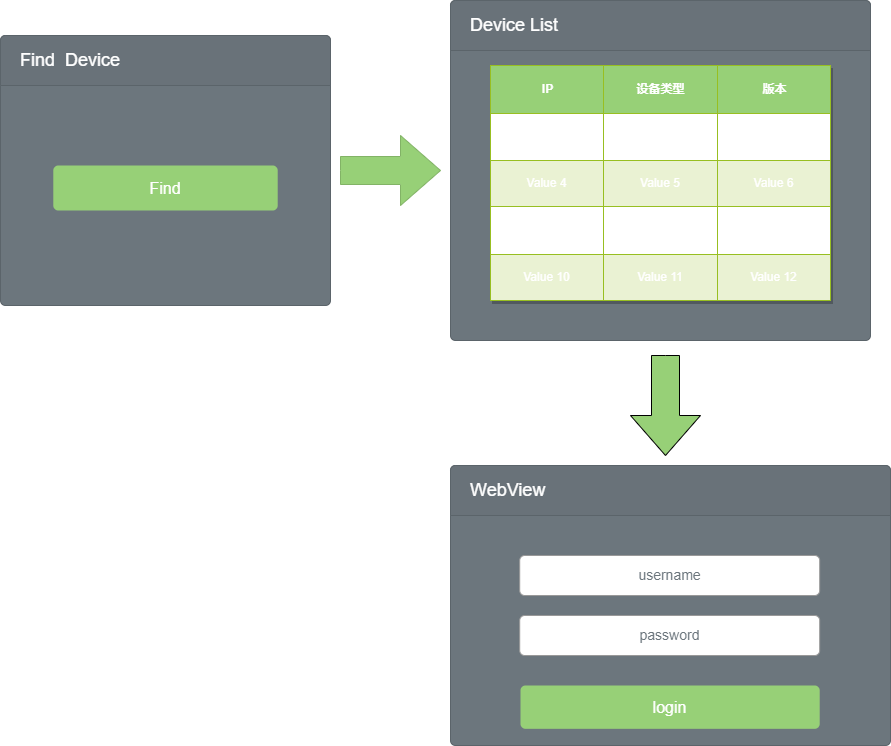
Above: app.drawio.png in wing-cen/testPage (draw.io), before the change. Source tidied: cells renumbered, new cells last; positions are measured from the earlier drawing's top-left corner, leaving out a move shared by most shapes.
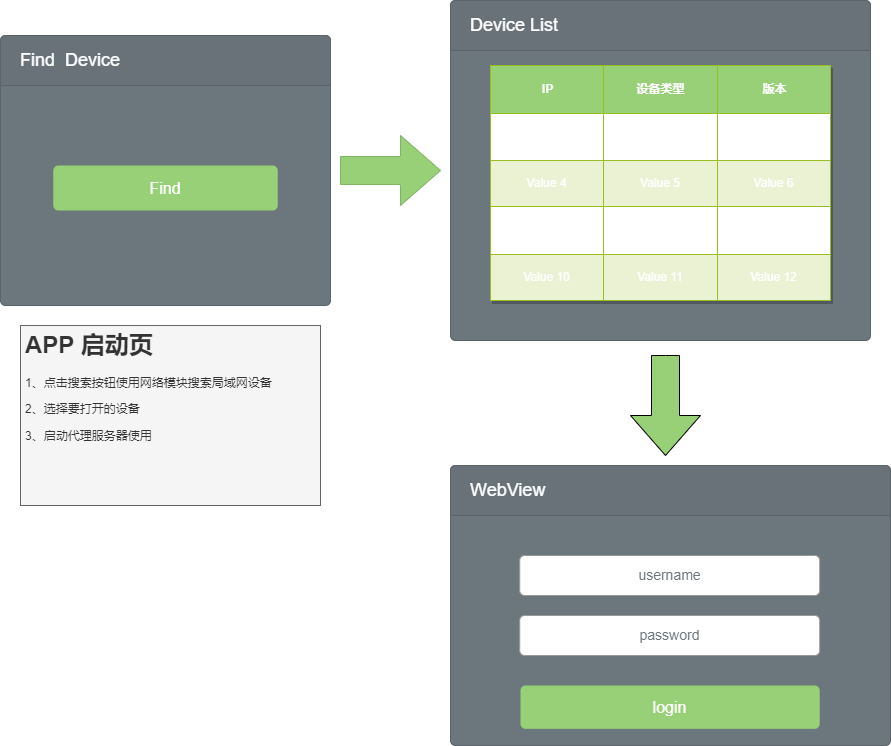
The same file after the commit.

The edit, as a diff of the source:
```diff
@@ -101,5 +101,8 @@
     <mxCell id="34" value="username" style="html=1;shadow=0;dashed=0;shape=mxgraph.bootstrap.rrect;rSize=5;fillColor=#ffffff;strokeColor=#999999;align=center;spacing=15;fontSize=14;fontColor=#6C767D;" parent="30" vertex="1">
       <mxGeometry x="69.2" y="90" width="300" height="40" as="geometry" />
     </mxCell>
+    <mxCell id="35" value="&lt;h1&gt;APP 启动页&lt;/h1&gt;&lt;p&gt;1、点击搜索按钮使用网络模块搜索局域网设备&lt;/p&gt;&lt;p&gt;2、选择要打开的设备&lt;/p&gt;&lt;p&gt;3、启动代理服务器使用&lt;/p&gt;" style="text;html=1;strokeColor=#666666;fillColor=#f5f5f5;spacing=5;spacingTop=-20;whiteSpace=wrap;overflow=hidden;rounded=0;fontColor=#333333;" parent="1" vertex="1">
+      <mxGeometry x="20" y="325" width="300" height="180" as="geometry" />
+    </mxCell>
   </root>
 </mxGraphModel>
```
